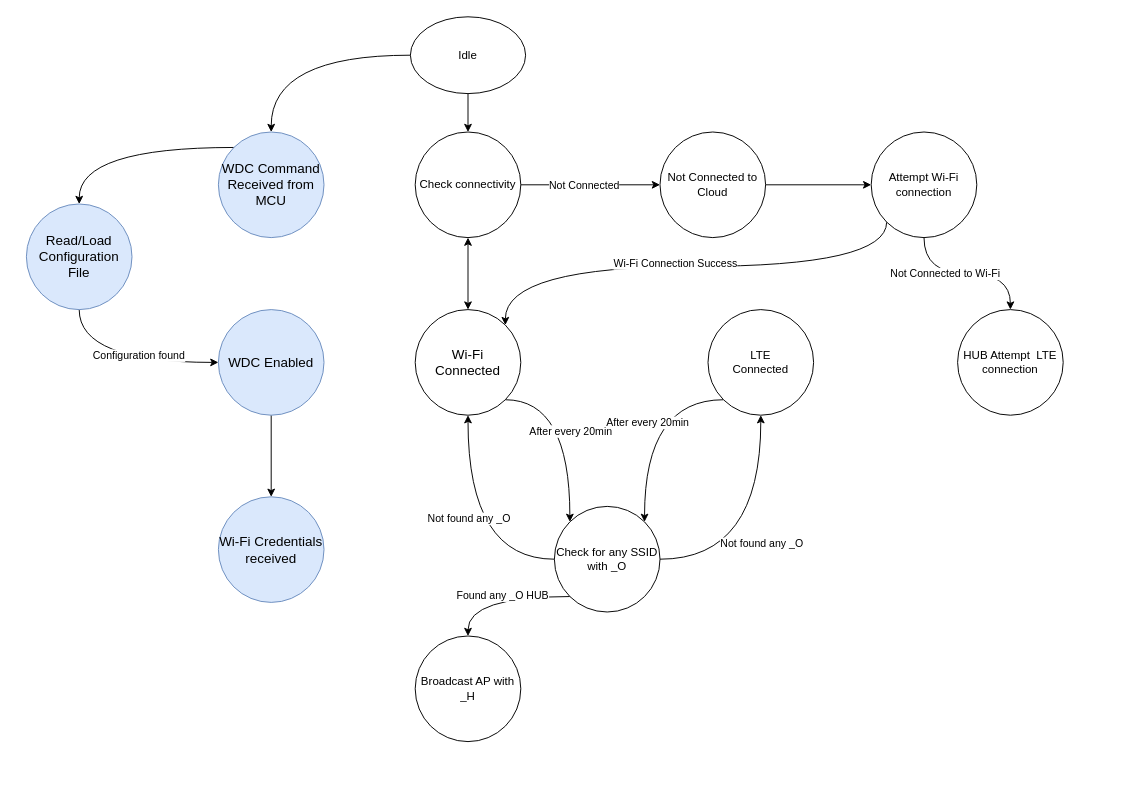
Earlier version of the draw.io diagram connectivity states.drawio (sohaibqamar/drawings). Source tidied: cells renumbered, new cells numbered last; positions are measured from the earlier drawing's top-left corner, leaving out a move shared by most shapes. Both pictures are drawn from the tidied source at 96%, with x=0, y=0 at pixel (26, 16).
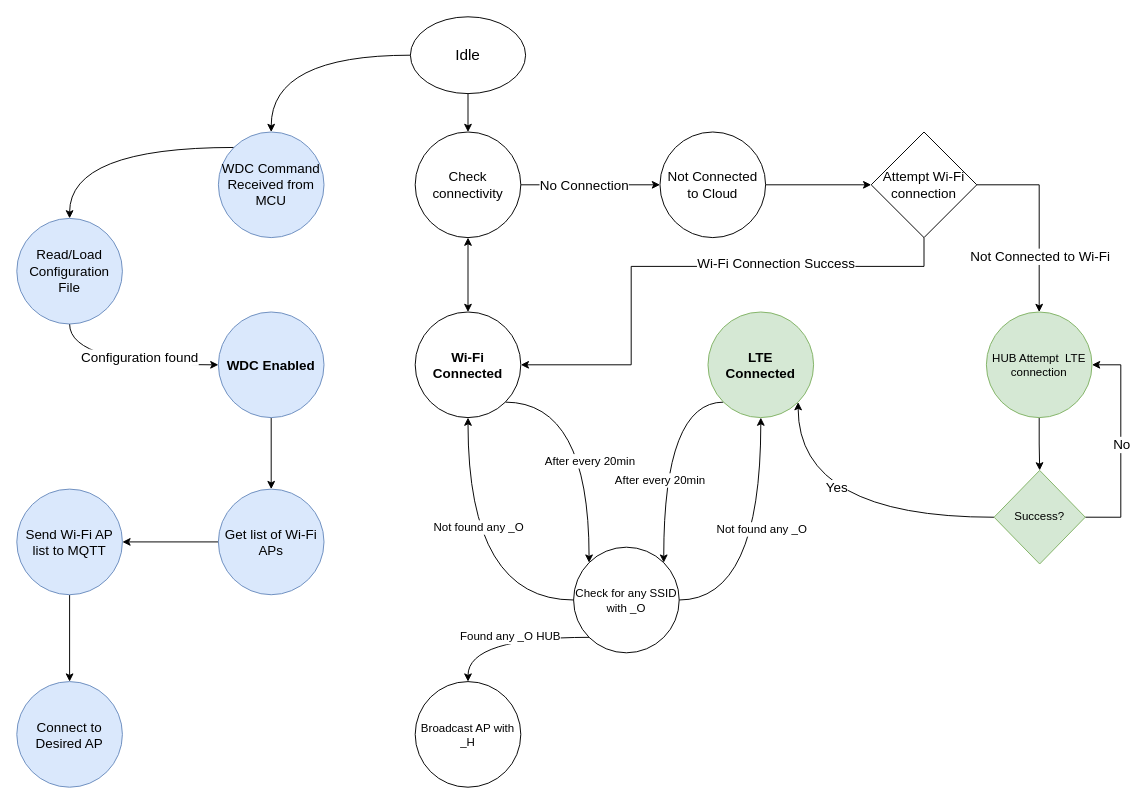
The same diagram, later.

Unchanged cells that the change refers to:
```xml
<mxCell id="6" style="edgeStyle=orthogonalEdgeStyle;rounded=0;jettySize=auto;html=1;entryX=0;entryY=0.5;entryDx=0;entryDy=0;" parent="1" edge="1" source="8" target="29">
  <mxGeometry relative="1" as="geometry" />
</mxCell>
<mxCell id="9" style="edgeStyle=orthogonalEdgeStyle;jettySize=auto;html=1;exitX=1;exitY=1;exitDx=0;exitDy=0;entryX=0;entryY=0;entryDx=0;entryDy=0;curved=1;" parent="1" edge="1" source="11" target="26">
  <mxGeometry relative="1" as="geometry" />
</mxCell>
<mxCell id="12" style="edgeStyle=orthogonalEdgeStyle;jettySize=auto;html=1;exitX=0;exitY=1;exitDx=0;exitDy=0;entryX=1;entryY=0;entryDx=0;entryDy=0;curved=1;" parent="1" edge="1" source="14" target="26">
  <mxGeometry relative="1" as="geometry" />
</mxCell>
<mxCell id="20" style="edgeStyle=orthogonalEdgeStyle;jettySize=auto;html=1;exitX=0;exitY=1;exitDx=0;exitDy=0;entryX=0.5;entryY=0;entryDx=0;entryDy=0;curved=1;" parent="1" edge="1" source="26" target="27">
  <mxGeometry relative="1" as="geometry" />
</mxCell>
<mxCell id="22" style="edgeStyle=orthogonalEdgeStyle;jettySize=auto;html=1;entryX=0.5;entryY=1;entryDx=0;entryDy=0;exitX=1;exitY=0.5;exitDx=0;exitDy=0;curved=1;" parent="1" edge="1" source="26" target="14">
  <mxGeometry relative="1" as="geometry" />
</mxCell>
<mxCell id="24" style="edgeStyle=orthogonalEdgeStyle;jettySize=auto;html=1;entryX=0.5;entryY=1;entryDx=0;entryDy=0;exitX=0;exitY=0.5;exitDx=0;exitDy=0;curved=1;" parent="1" edge="1" source="26" target="11">
  <mxGeometry relative="1" as="geometry" />
</mxCell>
<mxCell id="35" style="edgeStyle=orthogonalEdgeStyle;rounded=0;jettySize=auto;html=1;entryX=0;entryY=0.5;entryDx=0;entryDy=0;exitX=0.5;exitY=1;exitDx=0;exitDy=0;curved=1;" parent="1" edge="1" source="37" target="19">
  <mxGeometry relative="1" as="geometry" />
</mxCell>
```

What changed in the source:
```diff
@@
-    <mxCell id="4" value="Idle" style="ellipse;whiteSpace=wrap;html=1;" parent="1" vertex="1">
+    <mxCell id="4" value="Idle" style="ellipse;whiteSpace=wrap;html=1;fontSize=16;" parent="1" vertex="1">
       <mxGeometry x="400" width="120" height="80" as="geometry" />
     </mxCell>
@@
-    <mxCell id="7" value="Not Connected" style="edgeLabel;html=1;align=center;verticalAlign=middle;" parent="6" vertex="1">
+    <mxCell id="7" value="No Connection" style="edgeLabel;html=1;align=center;verticalAlign=middle;fontSize=14;" parent="6" vertex="1">
       <mxGeometry x="-0.39" y="-1" relative="1" as="geometry">
         <mxPoint x="21" y="-1" as="offset" />
       </mxGeometry>
     </mxCell>
-    <mxCell id="8" value="Check connectivity" style="ellipse;whiteSpace=wrap;html=1;" parent="1" vertex="1">
+    <mxCell id="8" value="Check connectivity" style="ellipse;whiteSpace=wrap;html=1;fontSize=14;" parent="1" vertex="1">
       <mxGeometry x="405" y="120" width="110" height="110" as="geometry" />
     </mxCell>
@@
-    <mxCell id="10" value="After every 20min" style="edgeLabel;html=1;align=center;verticalAlign=middle;" parent="9" vertex="1">
-      <mxGeometry x="0.03" relative="1" as="geometry" />
+    <mxCell id="10" value="After every 20min" style="edgeLabel;html=1;align=center;verticalAlign=middle;fontSize=12;" parent="9" vertex="1">
+      <mxGeometry x="0.03" relative="1" as="geometry">
+        <mxPoint y="17" as="offset" />
+      </mxGeometry>
     </mxCell>
-    <mxCell id="11" value="Wi-Fi &lt;br style=&quot;font-size: 14px;&quot;&gt;Connected" style="ellipse;whiteSpace=wrap;html=1;fontSize=14;" parent="1" vertex="1">
-      <mxGeometry x="405" y="305" width="110" height="110" as="geometry" />
+    <mxCell id="11" value="Wi-Fi &lt;br style=&quot;font-size: 14px;&quot;&gt;Connected" style="ellipse;whiteSpace=wrap;html=1;fontSize=14;fontStyle=1;" parent="1" vertex="1">
+      <mxGeometry x="405" y="307.5" width="110" height="110" as="geometry" />
     </mxCell>
@@
-    <mxCell id="13" value="After every 20min" style="edgeLabel;html=1;align=center;verticalAlign=middle;" parent="12" vertex="1">
-      <mxGeometry x="0.01" y="3" relative="1" as="geometry" />
+    <mxCell id="13" value="After every 20min" style="edgeLabel;html=1;align=center;verticalAlign=middle;fontSize=12;" parent="12" vertex="1">
+      <mxGeometry x="0.01" y="3" relative="1" as="geometry">
+        <mxPoint x="-7" y="27" as="offset" />
+      </mxGeometry>
     </mxCell>
-    <mxCell id="14" value="LTE&lt;br&gt;Connected" style="ellipse;whiteSpace=wrap;html=1;" parent="1" vertex="1">
-      <mxGeometry x="710" y="305" width="110" height="110" as="geometry" />
+    <mxCell id="14" value="LTE&lt;br style=&quot;font-size: 14px;&quot;&gt;Connected" style="ellipse;whiteSpace=wrap;html=1;fillColor=#d5e8d4;strokeColor=#82b366;fillStyle=solid;fontStyle=1;fontSize=14;" parent="1" vertex="1">
+      <mxGeometry x="710" y="307.5" width="110" height="110" as="geometry" />
     </mxCell>
-    <mxCell id="15" style="edgeStyle=orthogonalEdgeStyle;jettySize=auto;html=1;exitX=0;exitY=1;exitDx=0;exitDy=0;entryX=1;entryY=0;entryDx=0;entryDy=0;curved=1;" parent="1" edge="1" source="17" target="11">
+    <mxCell id="15" style="edgeStyle=orthogonalEdgeStyle;jettySize=auto;html=1;curved=0;exitX=0.5;exitY=1;exitDx=0;exitDy=0;rounded=0;entryX=1;entryY=0.5;entryDx=0;entryDy=0;" parent="1" edge="1" source="17" target="11">
       <mxGeometry relative="1" as="geometry">
         <Array as="points">
-          <mxPoint x="896" y="260" />
-          <mxPoint x="499" y="260" />
+          <mxPoint x="935" y="260" />
+          <mxPoint x="630" y="260" />
+          <mxPoint x="630" y="362" />
         </Array>
       </mxGeometry>
     </mxCell>
-    <mxCell id="16" value="Wi-Fi Connection Success" style="edgeLabel;html=1;align=center;verticalAlign=middle;" parent="15" vertex="1">
-      <mxGeometry x="0.06" y="-4" relative="1" as="geometry" />
+    <mxCell id="16" value="Wi-Fi Connection Success" style="edgeLabel;html=1;align=center;verticalAlign=middle;fontSize=14;" parent="15" vertex="1">
+      <mxGeometry x="0.06" y="-4" relative="1" as="geometry">
+        <mxPoint x="108" as="offset" />
+      </mxGeometry>
     </mxCell>
-    <mxCell id="17" value="Attempt Wi-Fi connection" style="ellipse;whiteSpace=wrap;html=1;" parent="1" vertex="1">
+    <mxCell id="17" value="Attempt Wi-Fi connection" style="rhombus;whiteSpace=wrap;html=1;fontSize=14;" parent="1" vertex="1">
       <mxGeometry x="880" y="120" width="110" height="110" as="geometry" />
     </mxCell>
@@
-    <mxCell id="19" value="WDC Enabled" style="ellipse;whiteSpace=wrap;html=1;fontSize=14;fillColor=#dae8fc;strokeColor=#6c8ebf;" parent="1" vertex="1">
-      <mxGeometry x="200" y="305" width="110" height="110" as="geometry" />
+    <mxCell id="19" value="WDC Enabled" style="ellipse;whiteSpace=wrap;html=1;fontSize=14;fillColor=#dae8fc;strokeColor=#6c8ebf;fontStyle=1;" parent="1" vertex="1">
+      <mxGeometry x="200" y="307.5" width="110" height="110" as="geometry" />
     </mxCell>
@@
-    <mxCell id="21" value="Found any _O HUB" style="edgeLabel;html=1;align=center;verticalAlign=middle;" parent="20" vertex="1">
+    <mxCell id="21" value="Found any _O HUB" style="edgeLabel;html=1;align=center;verticalAlign=middle;fontSize=12;" parent="20" vertex="1">
       <mxGeometry x="-0.05" y="-1" relative="1" as="geometry">
         <mxPoint x="-1" as="offset" />
       </mxGeometry>
     </mxCell>
@@
-    <mxCell id="23" value="Not found any _O" style="edgeLabel;html=1;align=center;verticalAlign=middle;" parent="22" vertex="1">
-      <mxGeometry x="-0.04" relative="1" as="geometry" />
+    <mxCell id="23" value="Not found any _O" style="edgeLabel;html=1;align=center;verticalAlign=middle;fontSize=12;" parent="22" vertex="1">
+      <mxGeometry x="-0.04" relative="1" as="geometry">
+        <mxPoint y="-27" as="offset" />
+      </mxGeometry>
     </mxCell>
@@
-    <mxCell id="25" value="Not found any _O" style="edgeLabel;html=1;align=center;verticalAlign=middle;" parent="24" vertex="1">
-      <mxGeometry x="0.11" relative="1" as="geometry" />
+    <mxCell id="25" value="Not found any _O" style="edgeLabel;html=1;align=center;verticalAlign=middle;fontSize=12;" parent="24" vertex="1">
+      <mxGeometry x="0.11" relative="1" as="geometry">
+        <mxPoint x="10" y="-19" as="offset" />
+      </mxGeometry>
     </mxCell>
     <mxCell id="26" value="Check for any SSID with _O" style="ellipse;whiteSpace=wrap;html=1;" parent="1" vertex="1">
-      <mxGeometry x="550" y="510" width="110" height="110" as="geometry" />
+      <mxGeometry x="570" y="552.5" width="110" height="110" as="geometry" />
     </mxCell>
     <mxCell id="27" value="Broadcast AP with _H" style="ellipse;whiteSpace=wrap;html=1;" parent="1" vertex="1">
-      <mxGeometry x="405" y="645" width="110" height="110" as="geometry" />
+      <mxGeometry x="405" y="692.5" width="110" height="110" as="geometry" />
     </mxCell>
@@
-    <mxCell id="29" value="Not Connected to Cloud" style="ellipse;whiteSpace=wrap;html=1;" parent="1" vertex="1">
+    <mxCell id="29" value="Not Connected to Cloud" style="ellipse;whiteSpace=wrap;html=1;fontSize=14;" parent="1" vertex="1">
       <mxGeometry x="660" y="120" width="110" height="110" as="geometry" />
     </mxCell>
-    <mxCell id="30" style="edgeStyle=orthogonalEdgeStyle;jettySize=auto;html=1;entryX=0.5;entryY=0;entryDx=0;entryDy=0;exitX=0.5;exitY=1;exitDx=0;exitDy=0;curved=1;" parent="1" edge="1" source="17" target="38">
+    <mxCell id="30" style="edgeStyle=orthogonalEdgeStyle;jettySize=auto;html=1;entryX=0.5;entryY=0;entryDx=0;entryDy=0;exitX=1;exitY=0.5;exitDx=0;exitDy=0;curved=0;rounded=0;" parent="1" edge="1" source="17" target="38">
       <mxGeometry relative="1" as="geometry" />
     </mxCell>
-    <mxCell id="31" value="Not Connected to Wi-Fi" style="edgeLabel;html=1;align=center;verticalAlign=middle;" parent="30" vertex="1">
-      <mxGeometry x="-0.29" relative="1" as="geometry" />
+    <mxCell id="31" value="Not Connected to Wi-Fi" style="edgeLabel;html=1;align=center;verticalAlign=middle;fontSize=14;" parent="30" vertex="1">
+      <mxGeometry x="-0.29" relative="1" as="geometry">
+        <mxPoint y="69" as="offset" />
+      </mxGeometry>
     </mxCell>
@@
+    <mxCell id="39" style="edgeStyle=orthogonalEdgeStyle;rounded=0;jettySize=auto;html=1;entryX=1;entryY=0.5;entryDx=0;entryDy=0;" parent="1" edge="1" source="34" target="48">
+      <mxGeometry relative="1" as="geometry" />
+    </mxCell>
-    <mxCell id="34" value="Wi-Fi Credentials received" style="ellipse;whiteSpace=wrap;html=1;fontSize=14;fillColor=#dae8fc;strokeColor=#6c8ebf;" parent="1" vertex="1">
-      <mxGeometry x="200" y="500" width="110" height="110" as="geometry" />
+    <mxCell id="34" value="Get list of Wi-Fi APs" style="ellipse;whiteSpace=wrap;html=1;fontSize=14;fillColor=#dae8fc;strokeColor=#6c8ebf;" parent="1" vertex="1">
+      <mxGeometry x="200" y="492" width="110" height="110" as="geometry" />
     </mxCell>
@@
-    <mxCell id="36" value="Configuration found" style="edgeLabel;html=1;align=center;verticalAlign=middle;" parent="35" vertex="1">
+    <mxCell id="36" value="Configuration found" style="edgeLabel;html=1;align=center;verticalAlign=middle;fontSize=14;" parent="35" vertex="1">
       <mxGeometry x="0.16" y="8" relative="1" as="geometry" />
     </mxCell>
     <mxCell id="37" value="Read/Load Configuration File" style="ellipse;whiteSpace=wrap;html=1;fontSize=14;fillColor=#dae8fc;strokeColor=#6c8ebf;" parent="1" vertex="1">
-      <mxGeometry y="195" width="110" height="110" as="geometry" />
+      <mxGeometry x="-10" y="210" width="110" height="110" as="geometry" />
     </mxCell>
+    <mxCell id="40" style="edgeStyle=orthogonalEdgeStyle;rounded=0;jettySize=auto;html=1;entryX=0.5;entryY=0;entryDx=0;entryDy=0;" parent="1" edge="1" source="38" target="45">
+      <mxGeometry relative="1" as="geometry" />
+    </mxCell>
-    <mxCell id="38" value="HUB Attempt&amp;nbsp; LTE connection" style="ellipse;whiteSpace=wrap;html=1;" parent="1" vertex="1">
-      <mxGeometry x="970" y="305" width="110" height="110" as="geometry" />
+    <mxCell id="38" value="HUB Attempt&amp;nbsp; LTE connection" style="ellipse;whiteSpace=wrap;html=1;fillColor=#d5e8d4;strokeColor=#82b366;fillStyle=solid;" parent="1" vertex="1">
+      <mxGeometry x="1000" y="307.5" width="110" height="110" as="geometry" />
     </mxCell>
+    <mxCell id="41" style="edgeStyle=orthogonalEdgeStyle;rounded=0;jettySize=auto;html=1;entryX=1;entryY=1;entryDx=0;entryDy=0;curved=1;" parent="1" edge="1" source="45" target="14">
+      <mxGeometry relative="1" as="geometry" />
+    </mxCell>
+    <mxCell id="42" value="Yes" style="edgeLabel;html=1;align=center;verticalAlign=middle;fontSize=14;" parent="41" vertex="1">
+      <mxGeometry x="0.02" y="-31" relative="1" as="geometry" />
+    </mxCell>
+    <mxCell id="43" style="edgeStyle=orthogonalEdgeStyle;rounded=0;jettySize=auto;html=1;entryX=1;entryY=0.5;entryDx=0;entryDy=0;exitX=1;exitY=0.5;exitDx=0;exitDy=0;" parent="1" edge="1" source="45" target="38">
+      <mxGeometry relative="1" as="geometry">
+        <Array as="points">
+          <mxPoint x="1140" y="521" />
+          <mxPoint x="1140" y="362" />
+        </Array>
+      </mxGeometry>
+    </mxCell>
+    <mxCell id="44" value="No" style="edgeLabel;html=1;align=center;verticalAlign=middle;fontSize=14;" parent="43" vertex="1">
+      <mxGeometry relative="1" as="geometry" />
+    </mxCell>
+    <mxCell id="45" value="Success?" style="rhombus;whiteSpace=wrap;html=1;fillColor=#d5e8d4;strokeColor=#82b366;fillStyle=solid;" parent="1" vertex="1">
+      <mxGeometry x="1008" y="472.5" width="95" height="97.5" as="geometry" />
+    </mxCell>
+    <mxCell id="46" value="Connect to Desired AP" style="ellipse;whiteSpace=wrap;html=1;fontSize=14;fillColor=#dae8fc;strokeColor=#6c8ebf;" parent="1" vertex="1">
+      <mxGeometry x="-10" y="692.5" width="110" height="110" as="geometry" />
+    </mxCell>
+    <mxCell id="47" style="edgeStyle=orthogonalEdgeStyle;rounded=0;jettySize=auto;html=1;entryX=0.5;entryY=0;entryDx=0;entryDy=0;" parent="1" edge="1" source="48" target="46">
+      <mxGeometry relative="1" as="geometry" />
+    </mxCell>
+    <mxCell id="48" value="Send Wi-Fi AP list to MQTT" style="ellipse;whiteSpace=wrap;html=1;fontSize=14;fillColor=#dae8fc;strokeColor=#6c8ebf;" parent="1" vertex="1">
+      <mxGeometry x="-10" y="492" width="110" height="110" as="geometry" />
+    </mxCell>
```
